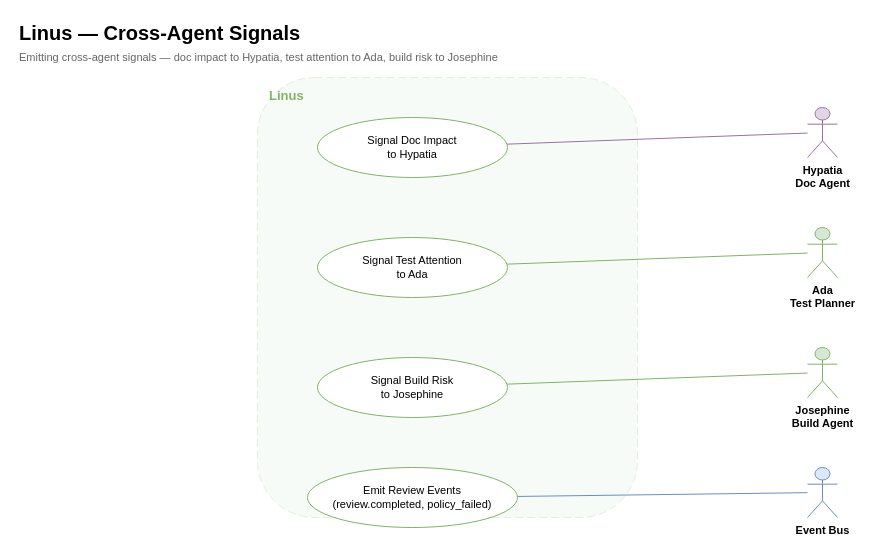
Earlier version of the draw.io diagram page "4 — Cross-Agent Signals" (4 of 4) of docs/diagrams/workforce/LINUS_USE_CASE.drawio (jmac-cornelis/agent-workforce). Source tidied: cells renumbered, new cells numbered last; positions are measured from the earlier drawing's top-left corner, leaving out a move shared by most shapes. Both pictures are drawn from the tidied source at 100%, with x=0, y=0 at pixel (17, 17).
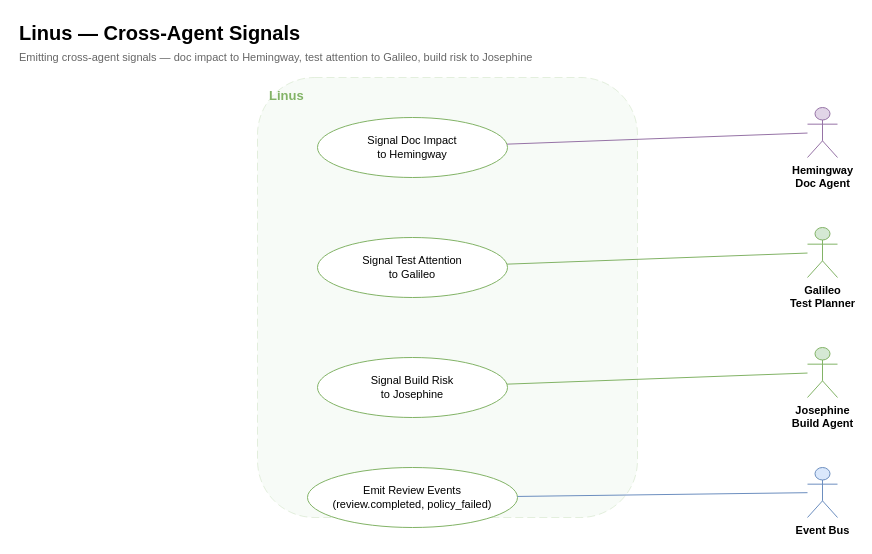
Above is the later version.

Diff of the diagram source:
```diff
@@
 <mxGraphModel>
   <root>
     <mxCell id="0" />
     <mxCell id="1" parent="0" />
     <mxCell id="2" value="Linus — Cross-Agent Signals" style="text;html=1;strokeColor=none;fillColor=none;align=left;verticalAlign=middle;fontSize=20;fontStyle=1;" parent="1" vertex="1">
       <mxGeometry width="400" height="30" as="geometry" />
     </mxCell>
-    <mxCell id="3" value="Emitting cross-agent signals — doc impact to Hypatia, test attention to Ada, build risk to Josephine" style="text;html=1;strokeColor=none;fillColor=none;align=left;verticalAlign=middle;fontSize=11;fontColor=#666666;" parent="1" vertex="1">
+    <mxCell id="3" value="Emitting cross-agent signals — doc impact to Hemingway, test attention to Galileo, build risk to Josephine" style="text;html=1;strokeColor=none;fillColor=none;align=left;verticalAlign=middle;fontSize=11;fontColor=#666666;" parent="1" vertex="1">
       <mxGeometry y="30" width="650" height="20" as="geometry" />
     </mxCell>
     <mxCell id="4" style="rounded=1;whiteSpace=wrap;html=1;fillColor=#d5e8d4;strokeColor=#82b366;opacity=20;dashed=1;dashPattern=8 4;" parent="1" vertex="1">
       <mxGeometry x="240" y="60" width="380" height="440" as="geometry" />
     </mxCell>
     <mxCell id="5" value="Linus" style="text;html=1;strokeColor=none;fillColor=none;align=left;verticalAlign=middle;fontSize=13;fontStyle=1;fontColor=#82b366;" parent="1" vertex="1">
       <mxGeometry x="250" y="65" width="120" height="25" as="geometry" />
     </mxCell>
-    <mxCell id="6" value="Hypatia&lt;br&gt;Doc Agent" style="shape=umlActor;verticalLabelPosition=bottom;verticalAlign=top;html=1;outlineConnect=0;fontSize=11;fontStyle=1;fillColor=#e1d5e7;strokeColor=#9673a6;" parent="1" vertex="1">
+    <mxCell id="6" value="Hemingway&lt;br&gt;Doc Agent" style="shape=umlActor;verticalLabelPosition=bottom;verticalAlign=top;html=1;outlineConnect=0;fontSize=11;fontStyle=1;fillColor=#e1d5e7;strokeColor=#9673a6;" parent="1" vertex="1">
       <mxGeometry x="790" y="90" width="30" height="50" as="geometry" />
     </mxCell>
-    <mxCell id="7" value="Ada&lt;br&gt;Test Planner" style="shape=umlActor;verticalLabelPosition=bottom;verticalAlign=top;html=1;outlineConnect=0;fontSize=11;fontStyle=1;fillColor=#d5e8d4;strokeColor=#82b366;" parent="1" vertex="1">
+    <mxCell id="7" value="Galileo&lt;br&gt;Test Planner" style="shape=umlActor;verticalLabelPosition=bottom;verticalAlign=top;html=1;outlineConnect=0;fontSize=11;fontStyle=1;fillColor=#d5e8d4;strokeColor=#82b366;" parent="1" vertex="1">
       <mxGeometry x="790" y="210" width="30" height="50" as="geometry" />
     </mxCell>
     <mxCell id="8" value="Josephine&lt;br&gt;Build Agent" style="shape=umlActor;verticalLabelPosition=bottom;verticalAlign=top;html=1;outlineConnect=0;fontSize=11;fontStyle=1;fillColor=#d5e8d4;strokeColor=#82b366;" parent="1" vertex="1">
       <mxGeometry x="790" y="330" width="30" height="50" as="geometry" />
     </mxCell>
     <mxCell id="9" value="Event Bus" style="shape=umlActor;verticalLabelPosition=bottom;verticalAlign=top;html=1;outlineConnect=0;fontSize=11;fontStyle=1;fillColor=#dae8fc;strokeColor=#6c8ebf;" parent="1" vertex="1">
       <mxGeometry x="790" y="450" width="30" height="50" as="geometry" />
     </mxCell>
-    <mxCell id="10" value="Signal Doc Impact&lt;br&gt;to Hypatia" style="ellipse;whiteSpace=wrap;html=1;fillColor=#ffffff;strokeColor=#82b366;fontSize=11;" parent="1" vertex="1">
+    <mxCell id="10" value="Signal Doc Impact&lt;br&gt;to Hemingway" style="ellipse;whiteSpace=wrap;html=1;fillColor=#ffffff;strokeColor=#82b366;fontSize=11;" parent="1" vertex="1">
       <mxGeometry x="300" y="100" width="190" height="60" as="geometry" />
     </mxCell>
-    <mxCell id="11" value="Signal Test Attention&lt;br&gt;to Ada" style="ellipse;whiteSpace=wrap;html=1;fillColor=#ffffff;strokeColor=#82b366;fontSize=11;" parent="1" vertex="1">
+    <mxCell id="11" value="Signal Test Attention&lt;br&gt;to Galileo" style="ellipse;whiteSpace=wrap;html=1;fillColor=#ffffff;strokeColor=#82b366;fontSize=11;" parent="1" vertex="1">
       <mxGeometry x="300" y="220" width="190" height="60" as="geometry" />
     </mxCell>
     <mxCell id="12" value="Signal Build Risk&lt;br&gt;to Josephine" style="ellipse;whiteSpace=wrap;html=1;fillColor=#ffffff;strokeColor=#82b366;fontSize=11;" parent="1" vertex="1">
       <mxGeometry x="300" y="340" width="190" height="60" as="geometry" />
     </mxCell>
     <mxCell id="13" value="Emit Review Events&lt;br&gt;(review.completed, policy_failed)" style="ellipse;whiteSpace=wrap;html=1;fillColor=#ffffff;strokeColor=#82b366;fontSize=11;" parent="1" vertex="1">
       <mxGeometry x="290" y="450" width="210" height="60" as="geometry" />
     </mxCell>
     <mxCell id="14" style="endArrow=none;html=1;strokeColor=#9673a6;" parent="1" edge="1" source="10" target="6">
       <mxGeometry relative="1" as="geometry" />
     </mxCell>
     <mxCell id="15" style="endArrow=none;html=1;strokeColor=#82b366;" parent="1" edge="1" source="11" target="7">
       <mxGeometry relative="1" as="geometry" />
     </mxCell>
     <mxCell id="16" style="endArrow=none;html=1;strokeColor=#82b366;" parent="1" edge="1" source="12" target="8">
       <mxGeometry relative="1" as="geometry" />
     </mxCell>
     <mxCell id="17" style="endArrow=none;html=1;strokeColor=#6c8ebf;" parent="1" edge="1" source="13" target="9">
       <mxGeometry relative="1" as="geometry" />
     </mxCell>
   </root>
 </mxGraphModel>
```
